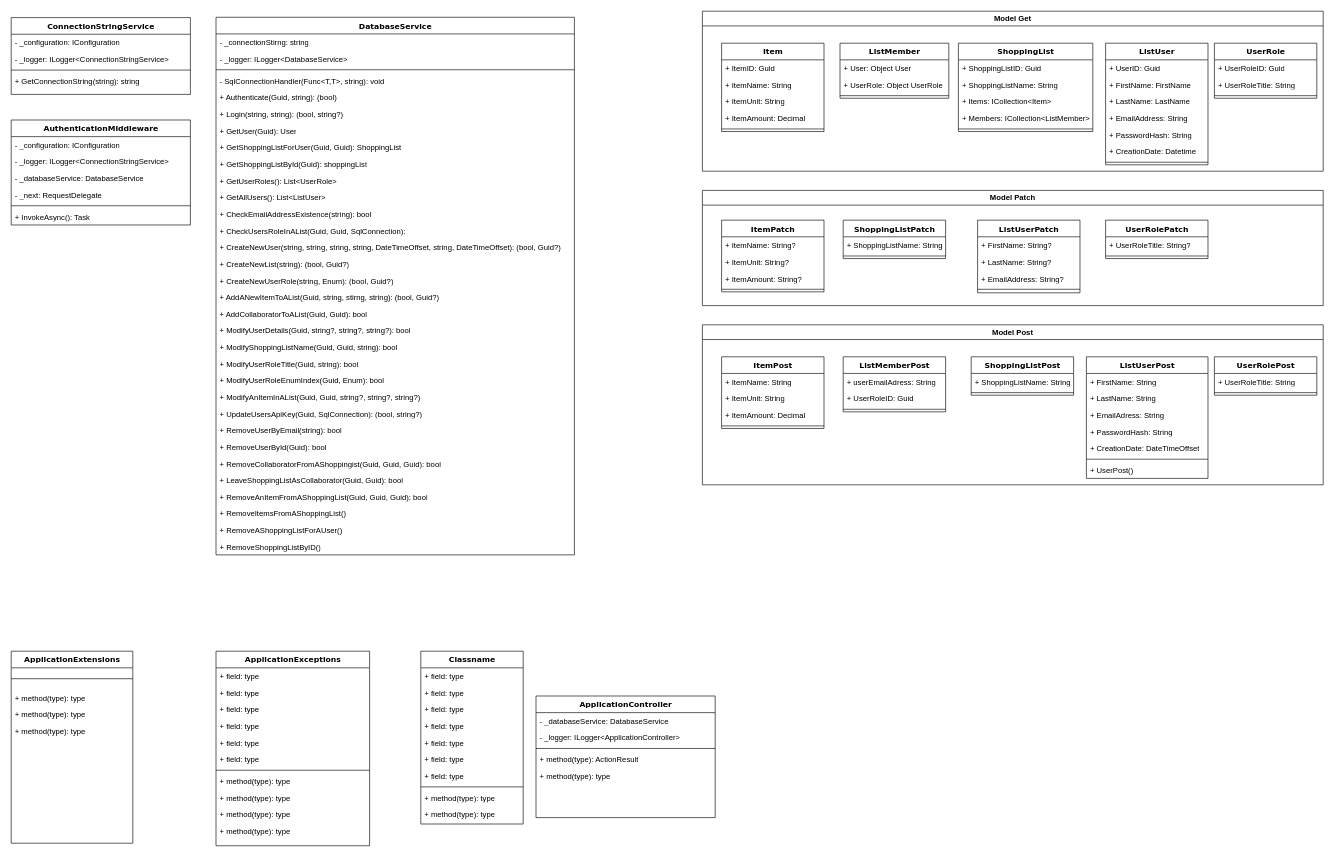
BS-Portfolio/DotShoppingList keeps this draw.io diagram as Docs/Class_Diagram.drawio. Above is the earlier version. Source tidied: cells renumbered, new cells numbered last; positions are measured from the earlier drawing's top-left corner, leaving out a move shared by most shapes. Both pictures are drawn from the tidied source at 64%, with x=0, y=0 at pixel (11, 11).
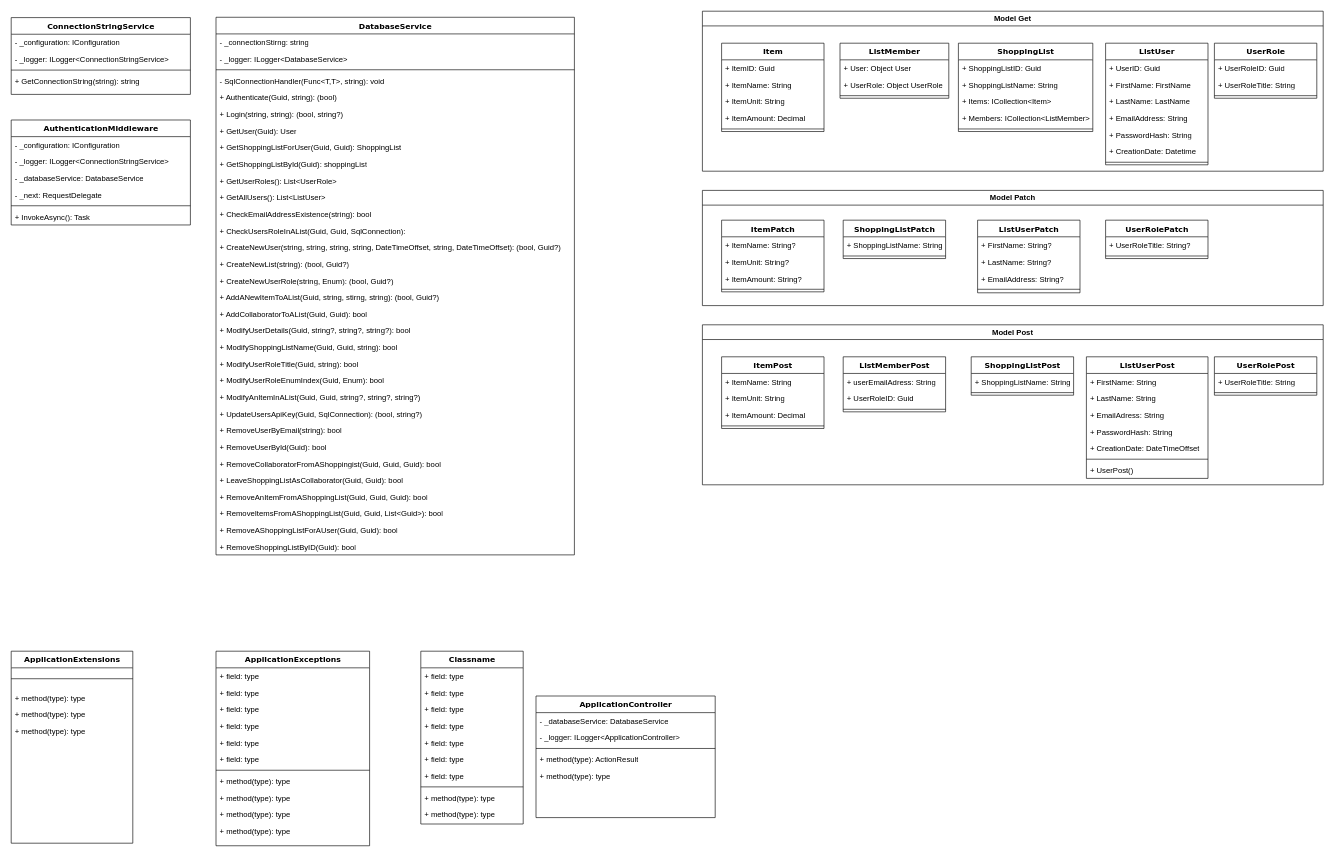
Above is the later version.

Unchanged cells that the change refers to:
```xml
<mxCell id="7" value="DatabaseService" style="swimlane;html=1;fontStyle=1;align=center;verticalAlign=top;horizontal=1;startSize=26;swimlaneFillColor=#ffffff;rounded=0;shadow=0;comic=0;labelBackgroundColor=none;strokeWidth=1;fillColor=none;fontFamily=Verdana;fontSize=12;" parent="1" vertex="1">
  <mxGeometry x="320" y="9.5" width="560" height="840" as="geometry" />
</mxCell>
```

The edit, as a diff of the source:
```diff
@@
-    <mxCell id="37" value="+ RemoveItemsFromAShoppingList()" style="text;html=1;strokeColor=none;fillColor=none;align=left;verticalAlign=top;spacingLeft=4;spacingRight=4;whiteSpace=wrap;overflow=hidden;" parent="7" vertex="1">
+    <mxCell id="37" value="+ RemoveItemsFromAShoppingList(Guid, Guid, List&amp;lt;Guid&amp;gt;): bool" style="text;html=1;strokeColor=none;fillColor=none;align=left;verticalAlign=top;spacingLeft=4;spacingRight=4;whiteSpace=wrap;overflow=hidden;" parent="7" vertex="1">
       <mxGeometry y="762" width="560" height="26" as="geometry" />
     </mxCell>
-    <mxCell id="38" value="+ RemoveAShoppingListForAUser()" style="text;html=1;strokeColor=none;fillColor=none;align=left;verticalAlign=top;spacingLeft=4;spacingRight=4;whiteSpace=wrap;overflow=hidden;" parent="7" vertex="1">
+    <mxCell id="38" value="+ RemoveAShoppingListForAUser(Guid, Guid): bool" style="text;html=1;strokeColor=none;fillColor=none;align=left;verticalAlign=top;spacingLeft=4;spacingRight=4;whiteSpace=wrap;overflow=hidden;" parent="7" vertex="1">
       <mxGeometry y="788" width="560" height="26" as="geometry" />
     </mxCell>
-    <mxCell id="39" value="+ RemoveShoppingListByID()" style="text;html=1;strokeColor=none;fillColor=none;align=left;verticalAlign=top;spacingLeft=4;spacingRight=4;whiteSpace=wrap;overflow=hidden;" parent="7" vertex="1">
+    <mxCell id="39" value="+ RemoveShoppingListByID(Guid): bool" style="text;html=1;strokeColor=none;fillColor=none;align=left;verticalAlign=top;spacingLeft=4;spacingRight=4;whiteSpace=wrap;overflow=hidden;" parent="7" vertex="1">
       <mxGeometry y="814" width="560" height="26" as="geometry" />
     </mxCell>
```
